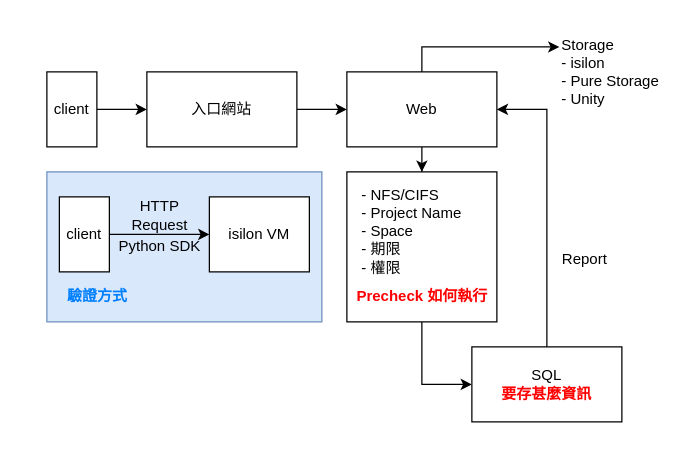
headisnotsmall/draw.io keeps this draw.io diagram as Untitled Diagram.drawio. Above is the earlier version. Source tidied: cells renumbered, new cells numbered last; positions are measured from the earlier drawing's top-left corner, leaving out a move shared by most shapes. Both pictures are drawn from the tidied source at 125%, with x=0, y=0 at pixel (46, 34).
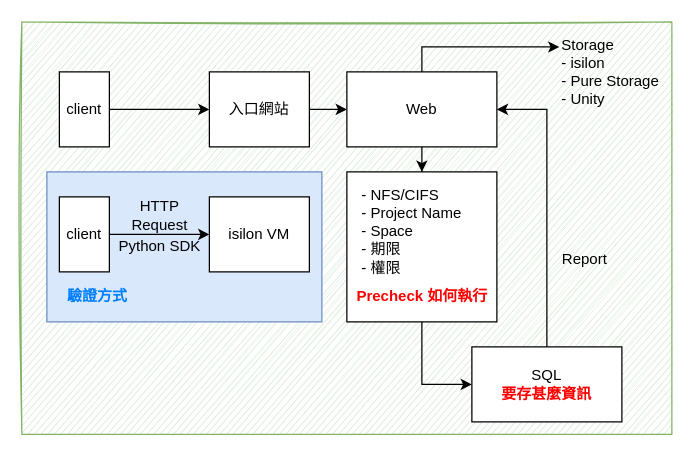
After the change.

Commit message:
安康儲存雲

Change to the diagram source:
```diff
@@
+    <mxCell id="24" style="rounded=0;whiteSpace=wrap;html=1;align=center;fillColor=#d5e8d4;strokeColor=#82b366;sketch=1;" parent="1" vertex="1">
+      <mxGeometry x="-20" y="-10" width="520" height="330" as="geometry" />
+    </mxCell>
@@
     <mxCell id="4" value="client" style="rounded=0;whiteSpace=wrap;html=1;" parent="1" vertex="1">
-      <mxGeometry y="30" width="40" height="60" as="geometry" />
+      <mxGeometry x="10" y="30" width="40" height="60" as="geometry" />
     </mxCell>
@@
     <mxCell id="6" value="&lt;div&gt;入口網站&lt;/div&gt;" style="rounded=0;whiteSpace=wrap;html=1;" parent="1" vertex="1">
-      <mxGeometry x="80" y="30" width="120" height="60" as="geometry" />
+      <mxGeometry x="130" y="30" width="80" height="60" as="geometry" />
     </mxCell>
```
